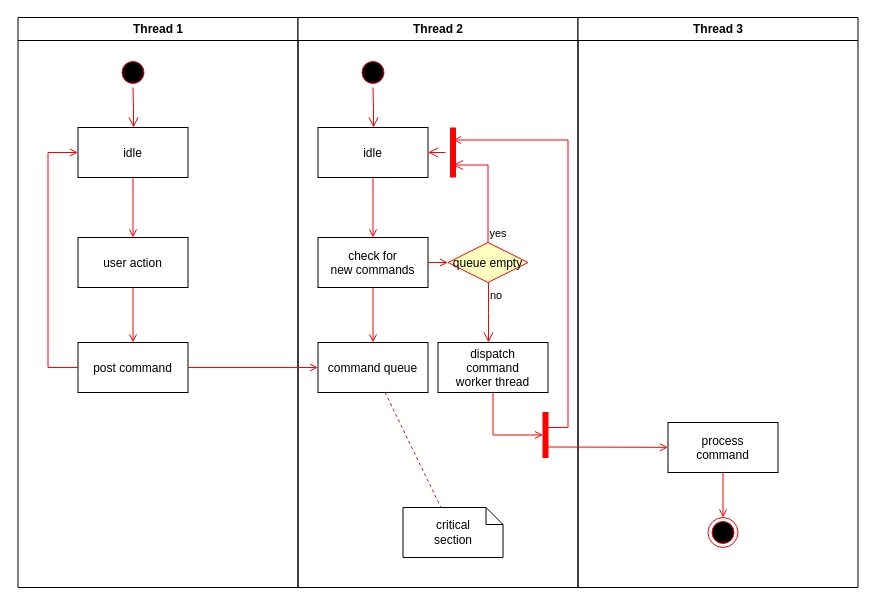
Above: 工单系统活动图.drawio in FelixTt/repositoryForDraw.io (draw.io), before the change. Source tidied: cells renumbered, new cells numbered last; positions are measured from the earlier drawing's top-left corner, leaving out a move shared by most shapes. Both pictures are drawn from the tidied source at 100%, with x=0, y=0 at pixel (17, 17).
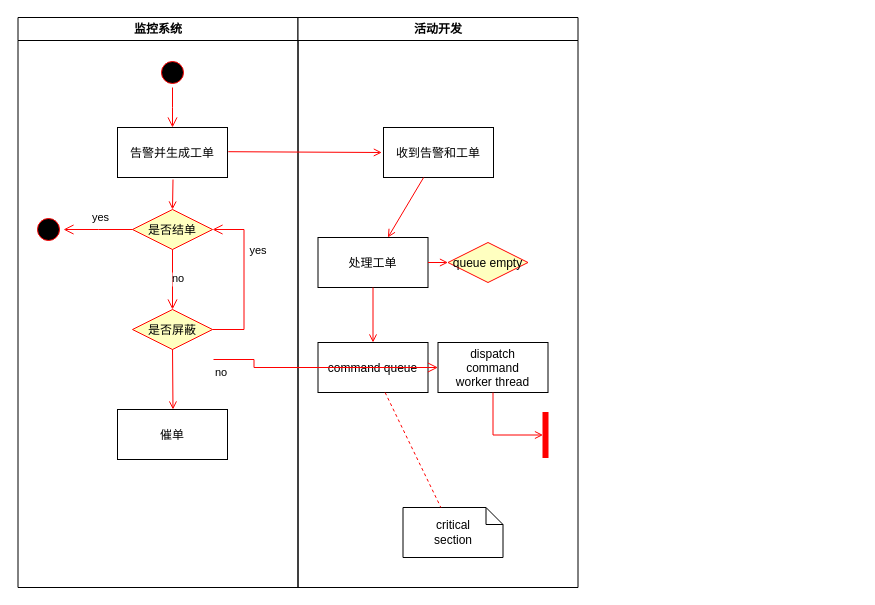
The same diagram, later.

Commit message (it also covers changes not shown here):
更新工单系统活动图.drawio

The change refers to these unchanged cells:
```xml
<mxCell id="17" value="command queue" parent="11" vertex="1">
  <mxGeometry x="20" y="325" width="110" height="50" as="geometry" />
</mxCell>
<mxCell id="19" value="queue empty" style="rhombus;fillColor=#ffffc0;strokeColor=#ff0000;" parent="11" vertex="1">
  <mxGeometry x="150" y="225" width="80" height="40" as="geometry" />
</mxCell>
<mxCell id="25" value="dispatch&#10;command&#10;worker thread" parent="11" vertex="1">
  <mxGeometry x="140" y="325" width="110" height="50" as="geometry" />
</mxCell>
```

The edit, as a diff of the source:
```diff
@@
-    <mxCell id="2" value="Thread 1" style="swimlane;whiteSpace=wrap;" parent="1" vertex="1">
+    <mxCell id="2" value="监控系统" style="swimlane;whiteSpace=wrap;startSize=23;" parent="1" vertex="1">
       <mxGeometry x="0.5" width="280" height="570" as="geometry" />
     </mxCell>
     <mxCell id="3" style="ellipse;shape=startState;fillColor=#000000;strokeColor=#ff0000;" parent="2" vertex="1">
-      <mxGeometry x="100" y="40" width="30" height="30" as="geometry" />
+      <mxGeometry x="139.5" y="40" width="30" height="30" as="geometry" />
     </mxCell>
     <mxCell id="4" style="edgeStyle=elbowEdgeStyle;elbow=horizontal;verticalAlign=bottom;endArrow=open;endSize=8;strokeColor=#FF0000;endFill=1;rounded=0;" parent="2" edge="1" source="3" target="5">
-      <mxGeometry x="100" y="40" as="geometry" />
+      <mxGeometry x="139.5" y="40" as="geometry" />
     </mxCell>
-    <mxCell id="5" value="idle" parent="2" vertex="1">
-      <mxGeometry x="60" y="110" width="110" height="50" as="geometry" />
+    <mxCell id="5" value="告警并生成工单" parent="2" vertex="1">
+      <mxGeometry x="99.5" y="110" width="110" height="50" as="geometry" />
     </mxCell>
-    <mxCell id="6" value="user action" parent="2" vertex="1">
-      <mxGeometry x="60" y="220" width="110" height="50" as="geometry" />
-    </mxCell>
-    <mxCell id="7" style="endArrow=open;strokeColor=#FF0000;endFill=1;rounded=0;" parent="2" edge="1" source="5" target="6">
-      <mxGeometry relative="1" as="geometry" />
+    <mxCell id="7" style="endArrow=open;strokeColor=#FF0000;endFill=1;rounded=0;entryX=0.5;entryY=0;entryDx=0;entryDy=0;" parent="2" edge="1" target="37">
+      <mxGeometry relative="1" as="geometry">
+        <mxPoint x="155" y="162" as="sourcePoint" />
+      </mxGeometry>
     </mxCell>
-    <mxCell id="8" value="post command" parent="2" vertex="1">
-      <mxGeometry x="60" y="325" width="110" height="50" as="geometry" />
+    <mxCell id="8" value="催单" parent="2" vertex="1">
+      <mxGeometry x="99.5" y="392" width="110" height="50" as="geometry" />
     </mxCell>
-    <mxCell id="9" style="endArrow=open;strokeColor=#FF0000;endFill=1;rounded=0;" parent="2" edge="1" source="6" target="8">
-      <mxGeometry relative="1" as="geometry" />
+    <mxCell id="9" style="endArrow=open;strokeColor=#FF0000;endFill=1;rounded=0;" parent="2" edge="1">
+      <mxGeometry relative="1" as="geometry">
+        <mxPoint x="154.5" y="330" as="sourcePoint" />
+        <mxPoint x="155" y="392" as="targetPoint" />
+      </mxGeometry>
     </mxCell>
-    <mxCell id="10" style="edgeStyle=elbowEdgeStyle;elbow=horizontal;strokeColor=#FF0000;endArrow=open;endFill=1;rounded=0;" parent="2" edge="1" source="8" target="5">
-      <mxGeometry relative="1" as="geometry">
-        <Array as="points">
-          <mxPoint x="30" y="250" />
-        </Array>
-      </mxGeometry>
-    </mxCell>
+    <mxCell id="37" value="是否结单" style="rhombus;fillColor=#ffffc0;strokeColor=#ff0000;" parent="2" vertex="1">
+      <mxGeometry x="114.5" y="192" width="80" height="40" as="geometry" />
+    </mxCell>
+    <mxCell id="12" style="ellipse;shape=startState;fillColor=#000000;strokeColor=#ff0000;" parent="2" vertex="1">
+      <mxGeometry x="15.5" y="197" width="30" height="30" as="geometry" />
+    </mxCell>
+    <mxCell id="20" value="yes" style="edgeStyle=elbowEdgeStyle;elbow=horizontal;align=left;verticalAlign=bottom;endArrow=open;endSize=8;strokeColor=#FF0000;endFill=1;rounded=0;" parent="2" edge="1" source="37" target="12">
+      <mxGeometry x="0.25" y="-3" relative="1" as="geometry">
+        <mxPoint x="1" as="offset" />
+      </mxGeometry>
+    </mxCell>
+    <mxCell id="38" value="是否屏蔽" style="rhombus;fillColor=#ffffc0;strokeColor=#ff0000;" parent="2" vertex="1">
+      <mxGeometry x="114.5" y="292" width="80" height="40" as="geometry" />
+    </mxCell>
+    <mxCell id="39" value="yes" style="edgeStyle=elbowEdgeStyle;elbow=horizontal;align=left;verticalAlign=bottom;endArrow=open;endSize=8;strokeColor=#FF0000;endFill=1;rounded=0;" parent="2" edge="1" source="38" target="37">
+      <mxGeometry x="0.25" y="-3" relative="1" as="geometry">
+        <Array as="points">
+          <mxPoint x="226" y="252" />
+        </Array>
+        <mxPoint x="1" as="offset" />
+      </mxGeometry>
+    </mxCell>
+    <mxCell id="40" value="no" style="edgeStyle=elbowEdgeStyle;elbow=horizontal;align=left;verticalAlign=bottom;endArrow=open;endSize=8;strokeColor=#FF0000;endFill=1;rounded=0;exitX=0.5;exitY=1;exitDx=0;exitDy=0;" parent="2" edge="1" source="37" target="38">
+      <mxGeometry x="0.25" y="-3" relative="1" as="geometry">
+        <mxPoint x="1" as="offset" />
+      </mxGeometry>
+    </mxCell>
-    <mxCell id="11" value="Thread 2" style="swimlane;whiteSpace=wrap;" parent="1" vertex="1">
+    <mxCell id="11" value="活动开发" style="swimlane;whiteSpace=wrap;" parent="1" vertex="1">
       <mxGeometry x="280.5" width="280" height="570" as="geometry" />
     </mxCell>
-    <mxCell id="12" style="ellipse;shape=startState;fillColor=#000000;strokeColor=#ff0000;" parent="11" vertex="1">
-      <mxGeometry x="60" y="40" width="30" height="30" as="geometry" />
-    </mxCell>
-    <mxCell id="13" style="edgeStyle=elbowEdgeStyle;elbow=horizontal;verticalAlign=bottom;endArrow=open;endSize=8;strokeColor=#FF0000;endFill=1;rounded=0;" parent="11" edge="1" source="12" target="14">
-      <mxGeometry x="40" y="20" as="geometry" />
-    </mxCell>
-    <mxCell id="14" value="idle" parent="11" vertex="1">
-      <mxGeometry x="20" y="110" width="110" height="50" as="geometry" />
+    <mxCell id="14" value="收到告警和工单" parent="11" vertex="1">
+      <mxGeometry x="85.5" y="110" width="110" height="50" as="geometry" />
     </mxCell>
-    <mxCell id="15" value="check for &#10;new commands" parent="11" vertex="1">
+    <mxCell id="15" value="处理工单" parent="11" vertex="1">
       <mxGeometry x="20" y="220" width="110" height="50" as="geometry" />
     </mxCell>
@@
-    <mxCell id="20" value="yes" style="edgeStyle=elbowEdgeStyle;elbow=horizontal;align=left;verticalAlign=bottom;endArrow=open;endSize=8;strokeColor=#FF0000;exitX=0.5;exitY=0;endFill=1;rounded=0;entryX=0.75;entryY=0.5;entryPerimeter=0;" parent="11" edge="1" source="19" target="23">
-      <mxGeometry x="-1" relative="1" as="geometry">
-        <Array as="points">
-          <mxPoint x="190" y="180" />
-        </Array>
-      </mxGeometry>
-    </mxCell>
-    <mxCell id="21" value="no" style="edgeStyle=elbowEdgeStyle;elbow=horizontal;align=left;verticalAlign=top;endArrow=open;endSize=8;strokeColor=#FF0000;endFill=1;rounded=0;" parent="11" edge="1" source="19" target="25">
-      <mxGeometry x="-1" relative="1" as="geometry" />
+    <mxCell id="21" value="no" style="edgeStyle=elbowEdgeStyle;elbow=horizontal;align=left;verticalAlign=top;endArrow=open;endSize=8;strokeColor=#FF0000;endFill=1;rounded=0;" parent="11" edge="1" target="25">
+      <mxGeometry x="-1" relative="1" as="geometry">
+        <mxPoint x="-84.5" y="342" as="sourcePoint" />
+        <Array as="points">
+          <mxPoint x="-44" y="382" />
+        </Array>
+      </mxGeometry>
     </mxCell>
@@
-    <mxCell id="23" style="shape=line;strokeWidth=6;strokeColor=#ff0000;rotation=90;" parent="11" vertex="1">
-      <mxGeometry x="130" y="127.5" width="50" height="15" as="geometry" />
-    </mxCell>
-    <mxCell id="24" style="edgeStyle=elbowEdgeStyle;elbow=horizontal;verticalAlign=bottom;endArrow=open;endSize=8;strokeColor=#FF0000;endFill=1;rounded=0;" parent="11" edge="1" source="23" target="14">
-      <mxGeometry x="130" y="90" as="geometry" />
-    </mxCell>
@@
-    <mxCell id="30" value="Thread 3" style="swimlane;whiteSpace=wrap;" parent="1" vertex="1">
-      <mxGeometry x="560.5" width="280" height="570" as="geometry" />
-    </mxCell>
-    <mxCell id="31" value="process&#10;command" parent="30" vertex="1">
-      <mxGeometry x="90" y="405" width="110" height="50" as="geometry" />
-    </mxCell>
-    <mxCell id="32" style="edgeStyle=elbowEdgeStyle;elbow=horizontal;strokeColor=#FF0000;endArrow=open;endFill=1;rounded=0;entryX=0.25;entryY=0.5;entryPerimeter=0;" parent="30" edge="1" target="23">
-      <mxGeometry relative="1" as="geometry">
-        <mxPoint x="-30" y="410" as="sourcePoint" />
-        <Array as="points">
-          <mxPoint x="-10" y="135" />
-        </Array>
-      </mxGeometry>
-    </mxCell>
-    <mxCell id="33" style="edgeStyle=none;strokeColor=#FF0000;endArrow=open;endFill=1;rounded=0;" parent="30" edge="1" target="31">
-      <mxGeometry relative="1" as="geometry">
-        <mxPoint x="-30" y="429.5" as="sourcePoint" />
-      </mxGeometry>
-    </mxCell>
-    <mxCell id="34" style="ellipse;shape=endState;fillColor=#000000;strokeColor=#ff0000;" parent="30" vertex="1">
-      <mxGeometry x="130" y="500" width="30" height="30" as="geometry" />
-    </mxCell>
-    <mxCell id="35" style="endArrow=open;strokeColor=#FF0000;endFill=1;rounded=0;" parent="30" edge="1" source="31" target="34">
-      <mxGeometry relative="1" as="geometry" />
-    </mxCell>
-    <mxCell id="36" style="endArrow=open;strokeColor=#FF0000;endFill=1;rounded=0;" parent="1" edge="1" source="8" target="17">
+    <mxCell id="36" style="endArrow=open;strokeColor=#FF0000;endFill=1;rounded=0;entryX=-0.015;entryY=0.5;entryDx=0;entryDy=0;entryPerimeter=0;exitX=1.007;exitY=0.484;exitDx=0;exitDy=0;exitPerimeter=0;" parent="1" edge="1" source="5" target="14">
       <mxGeometry relative="1" as="geometry" />
     </mxCell>
```
